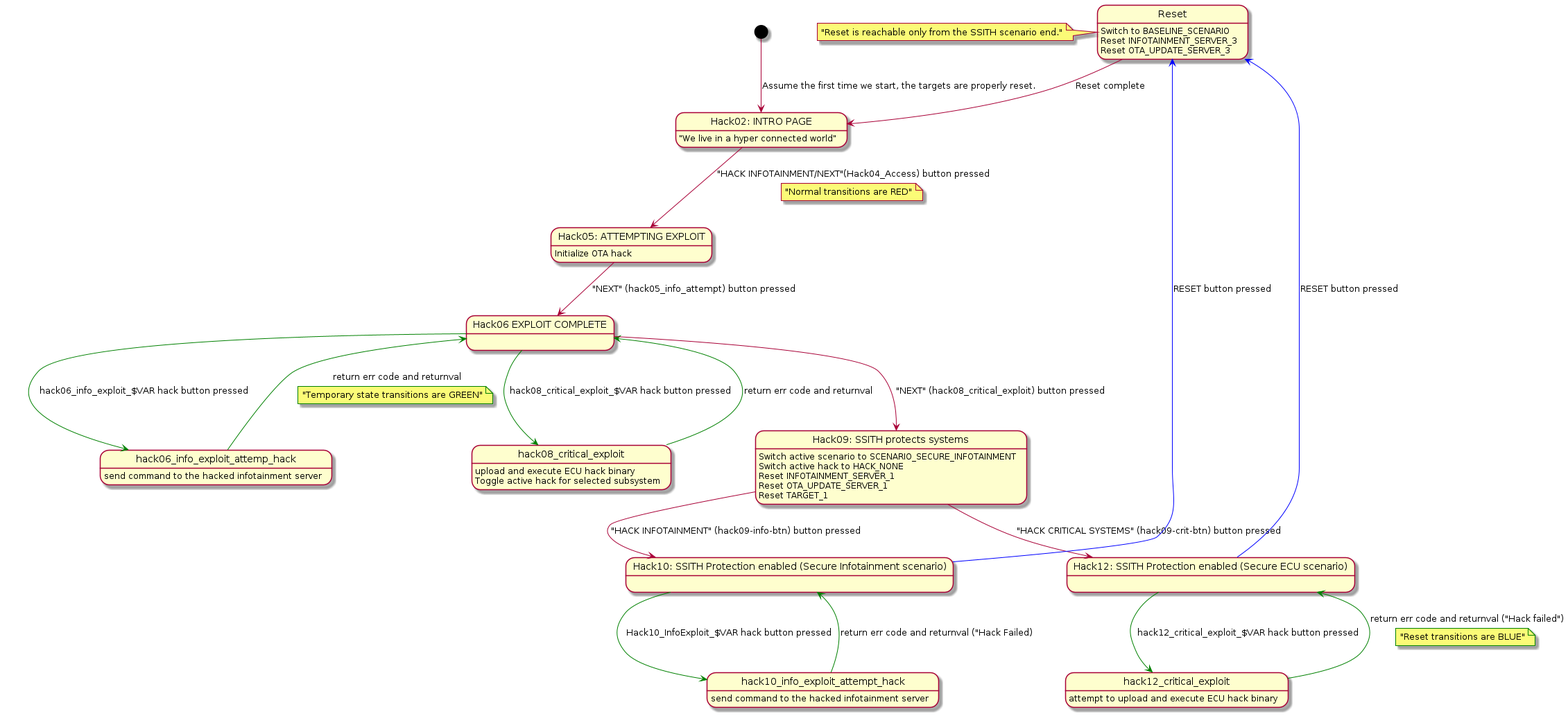
Before: besspin/cyberPhys/specs/state_machine_hacker_kiosk.png, a diagram exported from PlantUML (GaloisInc/BESSPIN-Tool-Suite).
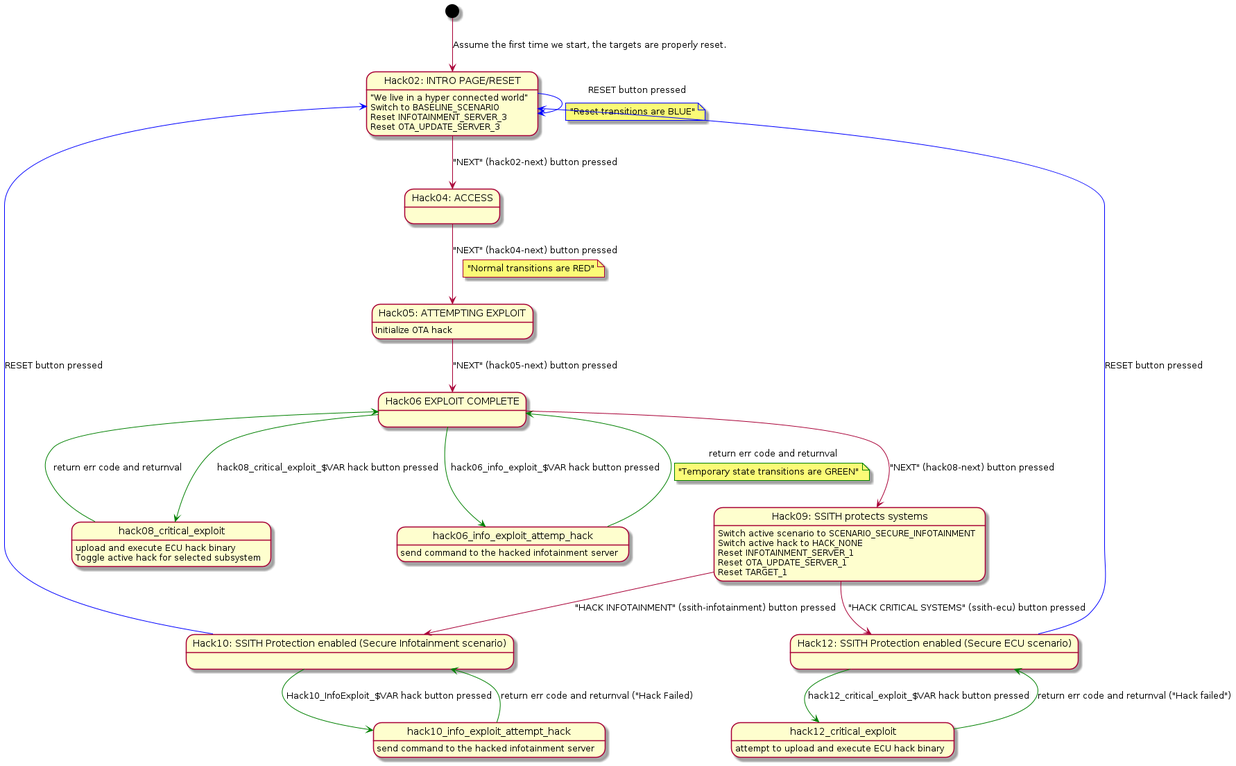
The same diagram one commit later.

Commit message:
Update hacker kiosk to make it more robust, clarify the state machine

The edit, as a diff of the source:
```diff
@@ -1,26 +1,28 @@
 @startuml
 
-state "Hack02: INTRO PAGE" as hack02_kiosk_intro
+state "Hack02: INTRO PAGE/RESET" as hack02_kiosk_intro
 hack02_kiosk_intro: "We live in a hyper connected world"
 
 [*] --> hack02_kiosk_intro: Assume the first time we start, the targets are properly reset.
 
+hack02_kiosk_intro: Switch to BASELINE_SCENARIO
+hack02_kiosk_intro: Reset INFOTAINMENT_SERVER_3
+hack02_kiosk_intro: Reset OTA_UPDATE_SERVER_3
 
-note left of Reset: "Reset is reachable only from the SSITH scenario end."
-Reset: Switch to BASELINE_SCENARIO
-Reset: Reset INFOTAINMENT_SERVER_3
-Reset: Reset OTA_UPDATE_SERVER_3
+hack02_kiosk_intro -[#blue]-> hack02_kiosk_intro: RESET button pressed
+note on link: "Reset transitions are BLUE"
 
-Reset --> hack02_kiosk_intro: Reset complete
+state "Hack04: ACCESS" as hack04_access
+hack02_kiosk_intro --> hack04_access: "NEXT" (hack02-next) button pressed
 
-hack02_kiosk_intro --> hack05_info_attempt: "HACK INFOTAINMENT/NEXT"(Hack04_Access) button pressed
+hack04_access --> hack05_info_attempt: "NEXT" (hack04-next) button pressed
 note on link: "Normal transitions are RED"
 
 state "Hack05: ATTEMPTING EXPLOIT" as hack05_info_attempt
 hack05_info_attempt: Initialize OTA hack
 
 state "Hack06 EXPLOIT COMPLETE" as hack06_info_exploit
-hack05_info_attempt --> hack06_info_exploit: "NEXT" (hack05_info_attempt) button pressed
+hack05_info_attempt --> hack06_info_exploit: "NEXT" (hack05-next) button pressed
 
 hack06_info_exploit -[#green]-> hack06_info_exploit_attemp_hack: hack06_info_exploit_$VAR hack button pressed
 hack06_info_exploit_attemp_hack: send command to the hacked infotainment server
@@ -33,7 +35,7 @@
 hack08_critical_exploit -[#green]-> hack06_info_exploit: return err code and returnval
 
 state "Hack09: SSITH protects systems" as hack09_protect
-hack06_info_exploit --> hack09_protect: "NEXT" (hack08_critical_exploit) button pressed
+hack06_info_exploit --> hack09_protect: "NEXT" (hack08-next) button pressed
 
 hack09_protect: Switch active scenario to SCENARIO_SECURE_INFOTAINMENT
 hack09_protect: Switch active hack to HACK_NONE
@@ -41,8 +43,8 @@
 hack09_protect: Reset OTA_UPDATE_SERVER_1
 hack09_protect: Reset TARGET_1
 
-hack09_protect --> hack10_protect_info_attempt: "HACK INFOTAINMENT" (hack09-info-btn) button pressed
-hack09_protect --> hack12_protect_critical: "HACK CRITICAL SYSTEMS" (hack09-crit-btn) button pressed
+hack09_protect --> hack10_protect_info_attempt: "HACK INFOTAINMENT" (ssith-infotainment) button pressed
+hack09_protect --> hack12_protect_critical: "HACK CRITICAL SYSTEMS" (ssith-ecu) button pressed
 
 state "Hack10: SSITH Protection enabled (Secure Infotainment scenario)" as hack10_protect_info_attempt
 
@@ -57,9 +59,9 @@
 hack12_critical_exploit: attempt to upload and execute ECU hack binary
 hack12_critical_exploit -[#green]-> hack12_protect_critical: return err code and returnval ("Hack failed")
 
-note on link: "Reset transitions are BLUE"
-hack10_protect_info_attempt -[#blue]-> Reset: RESET button pressed
-hack12_protect_critical -[#blue]-> Reset: RESET button pressed
+
+hack10_protect_info_attempt -[#blue]-> hack02_kiosk_intro: RESET button pressed
+hack12_protect_critical -[#blue]-> hack02_kiosk_intro: RESET button pressed
 
 
 @enduml
```
